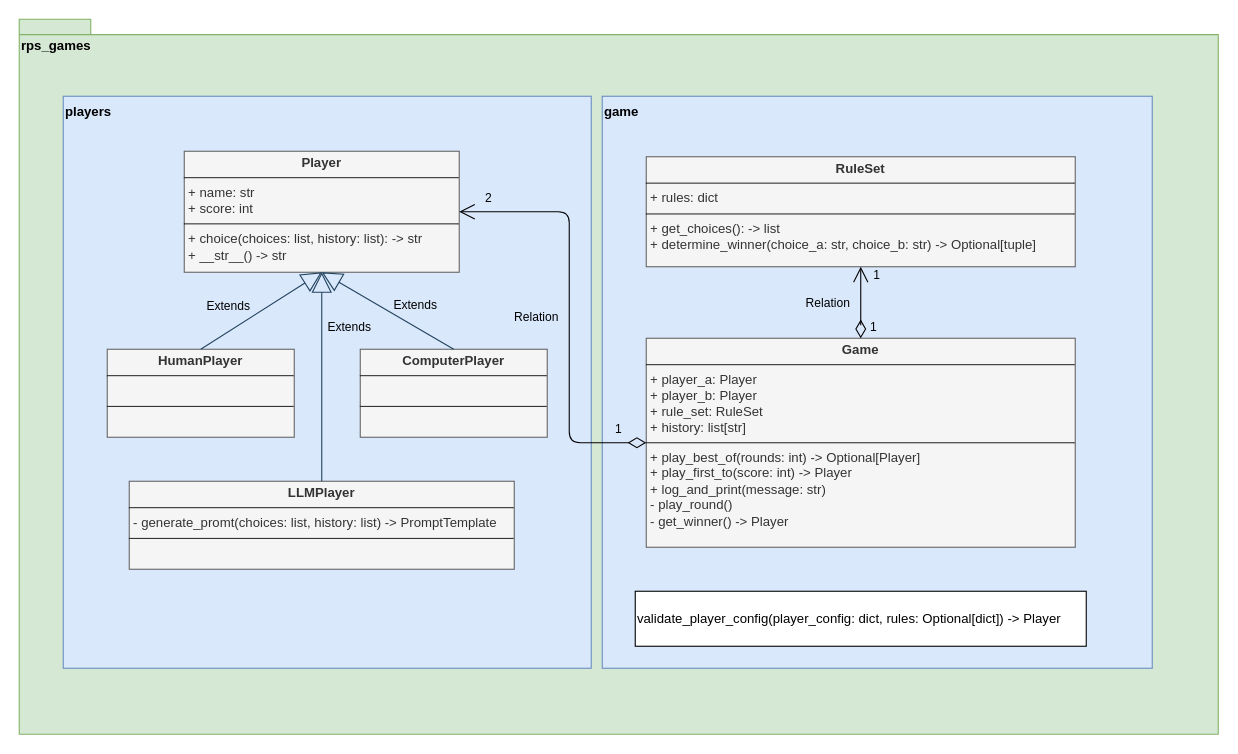
This is docs/diagrams/classes.drawio from massimilianobotticelli/rock-paper-scissor, a draw.io file, before an edit. Source tidied: cells renumbered, new cells numbered last; positions are measured from the earlier drawing's top-left corner, leaving out a move shared by most shapes. Both pictures are drawn from the tidied source at 110%, with x=0, y=0 at pixel (19, 19).
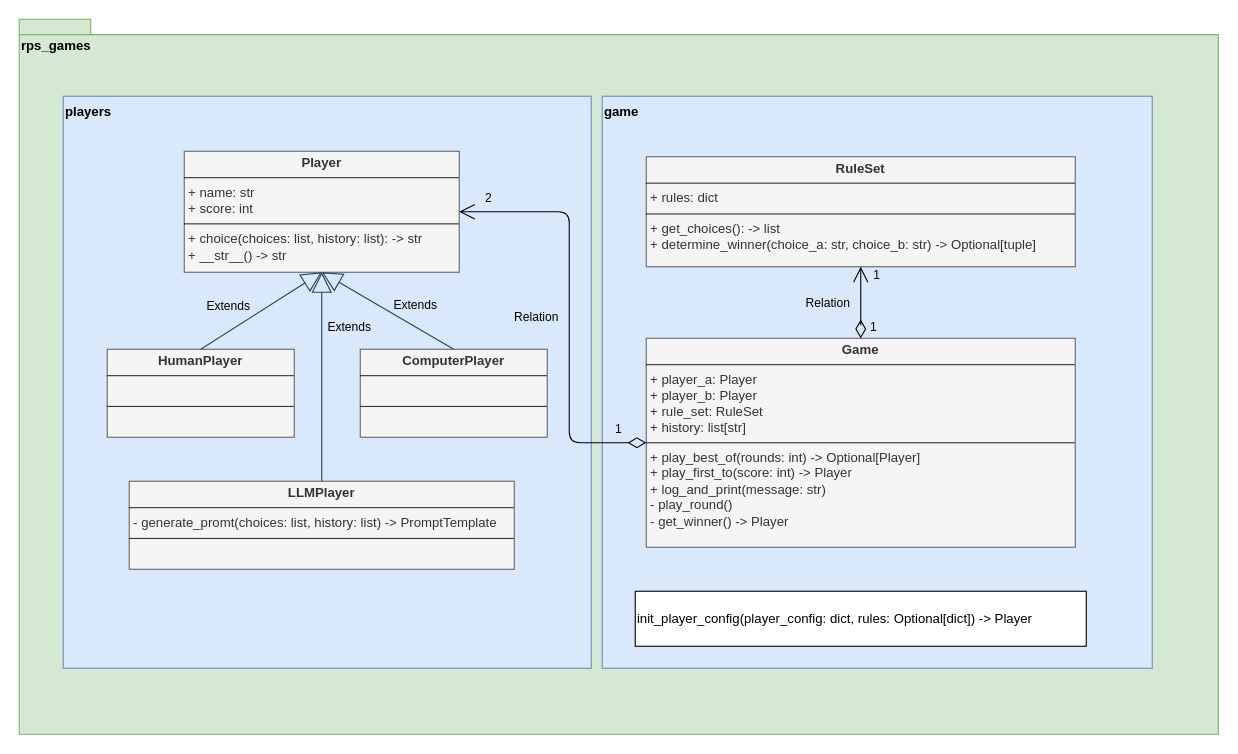
The same page after the edit.

Commit message (it also covers changes not shown here):
Add pydantic config validation

The edit, as a diff of the source:
```diff
@@
-    <mxCell id="14" value="validate_player_config(player_config: dict, rules: Optional[dict]) -&amp;gt; Player" style="html=1;whiteSpace=wrap;align=left;" parent="1" vertex="1">
+    <mxCell id="14" value="init_player_config(player_config: dict, rules: Optional[dict]) -&amp;gt; Player" style="html=1;whiteSpace=wrap;align=left;" parent="1" vertex="1">
       <mxGeometry x="560" y="520" width="410" height="50" as="geometry" />
     </mxCell>
```
